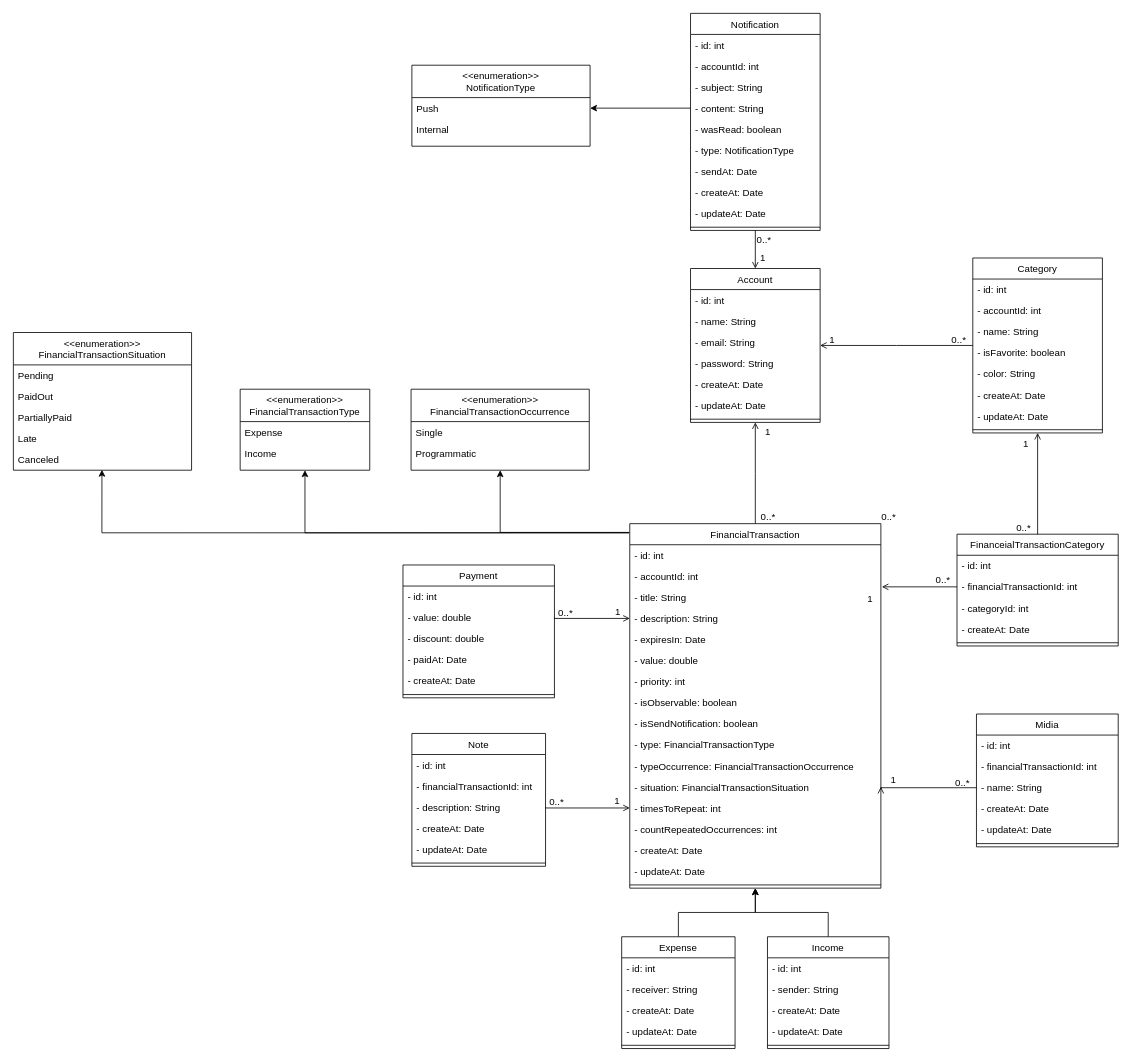
Earlier version of the draw.io diagram docs/class.diagram.drawio (Danrley-Ruan-Saquetti/esliph-finance). Source tidied: cells renumbered, new cells numbered last; positions are measured from the earlier drawing's top-left corner, leaving out a move shared by most shapes. Both pictures are drawn from the tidied source at 81%, with x=0, y=0 at pixel (13, 13).
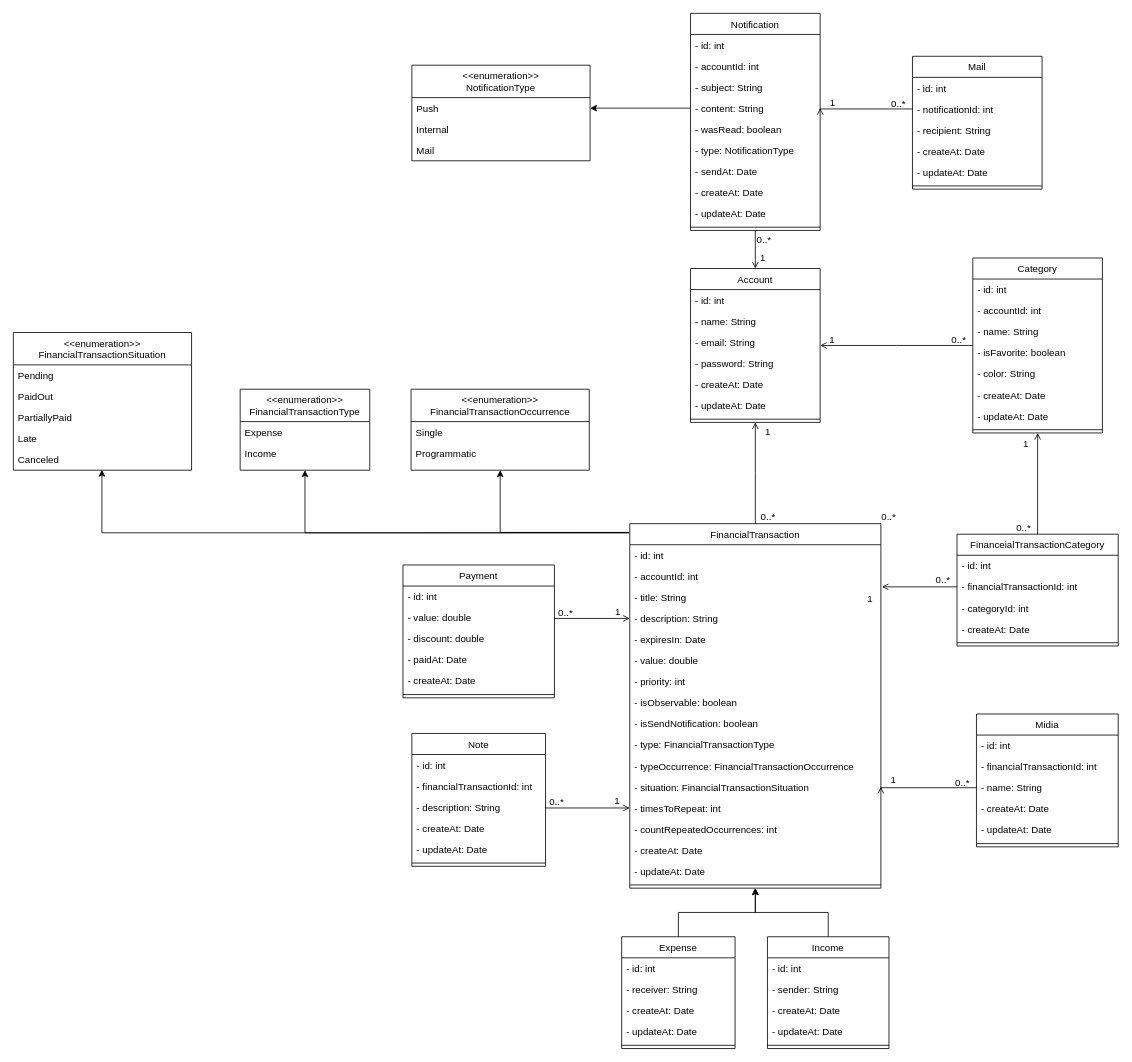
After the change.

Unchanged cells that the change refers to:
```xml
<mxCell id="76" value="- content: String" style="text;align=left;verticalAlign=top;spacingLeft=4;spacingRight=4;overflow=hidden;points=[[0,0.5],[1,0.5]];portConstraint=eastwest;rounded=0;shadow=0;html=0;" parent="72" vertex="1">
  <mxGeometry y="104" width="160" height="26" as="geometry" />
</mxCell>
```

The edit, as a diff of the source:
```diff
@@
     <mxCell id="129" value="&lt;&lt;enumeration&gt;&gt;&#10;NotificationType" style="swimlane;fontStyle=0;align=center;verticalAlign=top;horizontal=1;startSize=40;rounded=0;shadow=0;strokeWidth=1;" parent="1" vertex="1">
-      <mxGeometry x="492" y="64" width="220" height="100" as="geometry" />
+      <mxGeometry x="492" y="64" width="220" height="118" as="geometry" />
     </mxCell>
@@
+    <mxCell id="133" value="Mail" style="text;align=left;verticalAlign=top;spacingLeft=4;spacingRight=4;overflow=hidden;" parent="129" vertex="1">
+      <mxGeometry y="92" width="220" height="26" as="geometry" />
+    </mxCell>
@@
+    <mxCell id="134" value="Mail" style="swimlane;fontStyle=0;align=center;verticalAlign=top;horizontal=1;startSize=26;rounded=0;shadow=0;strokeWidth=1;" parent="1" vertex="1">
+      <mxGeometry x="1110" y="53" width="160" height="164" as="geometry" />
+    </mxCell>
+    <mxCell id="135" value="- id: int" style="text;align=left;verticalAlign=top;spacingLeft=4;spacingRight=4;overflow=hidden;" parent="134" vertex="1">
+      <mxGeometry y="26" width="160" height="26" as="geometry" />
+    </mxCell>
+    <mxCell id="136" value="- notificationId: int" style="text;align=left;verticalAlign=top;spacingLeft=4;spacingRight=4;overflow=hidden;points=[[0,0.5],[1,0.5]];portConstraint=eastwest;" parent="134" vertex="1">
+      <mxGeometry y="52" width="160" height="26" as="geometry" />
+    </mxCell>
+    <mxCell id="137" value="- recipient: String" style="text;align=left;verticalAlign=top;spacingLeft=4;spacingRight=4;overflow=hidden;" parent="134" vertex="1">
+      <mxGeometry y="78" width="160" height="26" as="geometry" />
+    </mxCell>
+    <mxCell id="138" value="- createAt: Date" style="text;align=left;verticalAlign=top;spacingLeft=4;spacingRight=4;overflow=hidden;rounded=0;shadow=0;html=0;" parent="134" vertex="1">
+      <mxGeometry y="104" width="160" height="26" as="geometry" />
+    </mxCell>
+    <mxCell id="139" value="- updateAt: Date" style="text;align=left;verticalAlign=top;spacingLeft=4;spacingRight=4;overflow=hidden;rounded=0;shadow=0;html=0;" parent="134" vertex="1">
+      <mxGeometry y="130" width="160" height="26" as="geometry" />
+    </mxCell>
+    <mxCell id="140" style="line;html=1;strokeWidth=1;align=left;verticalAlign=middle;spacingTop=-1;spacingLeft=3;spacingRight=3;labelPosition=right;" parent="134" vertex="1">
+      <mxGeometry y="156" width="160" height="8" as="geometry" />
+    </mxCell>
+    <mxCell id="141" style="endArrow=open;shadow=0;strokeWidth=1;rounded=0;endFill=1;edgeStyle=elbowEdgeStyle;elbow=vertical;exitX=0;exitY=0.5;exitDx=0;exitDy=0;entryX=1;entryY=0.5;entryDx=0;entryDy=0;" parent="1" edge="1" source="136" target="76">
+      <mxGeometry x="0.5" y="41" relative="1" as="geometry">
+        <mxPoint x="-40" y="32" as="offset" />
+      </mxGeometry>
+    </mxCell>
+    <mxCell id="142" value="0..*" style="align=left;verticalAlign=bottom;labelBackgroundColor=none;fontSize=12;" parent="141" vertex="1">
+      <mxGeometry x="-1" relative="1" as="geometry">
+        <mxPoint x="-28" y="2" as="offset" />
+      </mxGeometry>
+    </mxCell>
+    <mxCell id="143" value="1" style="align=right;verticalAlign=bottom;labelBackgroundColor=none;fontSize=12;" parent="141" vertex="1">
+      <mxGeometry x="1" relative="1" as="geometry">
+        <mxPoint x="20" y="2" as="offset" />
+      </mxGeometry>
+    </mxCell>
```
